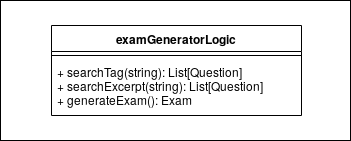
Earlier version of the draw.io export docs/diagrams/exam_generator_logic_diagram.png (utec-cs2901-2019-2/easy-exam-grupo-iii). Source tidied: cells renumbered, new cells last; positions are measured from the earlier drawing's top-left corner, leaving out a move shared by most shapes. Source of this version:
```xml
<mxGraphModel>
  <root>
    <mxCell id="0" />
    <mxCell id="1" parent="0" />
    <mxCell id="2" style="rounded=0;whiteSpace=wrap;html=1;" parent="1" vertex="1">
      <mxGeometry width="350" height="140" as="geometry" />
    </mxCell>
    <mxCell id="3" value="examGeneratorLogic" style="swimlane;fontStyle=1;align=center;verticalAlign=top;horizontal=1;startSize=26;" parent="1" vertex="1">
      <mxGeometry x="51" y="25" width="250" height="90" as="geometry" />
    </mxCell>
    <mxCell id="4" style="line;strokeWidth=1;fillColor=none;align=left;verticalAlign=middle;spacingTop=-1;spacingLeft=3;spacingRight=3;labelPosition=right;" parent="3" vertex="1">
      <mxGeometry y="26" width="250" height="8" as="geometry" />
    </mxCell>
    <mxCell id="5" value="+ searchTag(string): List[Question]&#10;+ searchExcerpt(string): List[Question]&#10;+ generateExam(): Exam" style="text;strokeColor=none;fillColor=none;align=left;verticalAlign=top;spacingLeft=4;spacingRight=4;overflow=hidden;" parent="3" vertex="1">
      <mxGeometry y="34" width="250" height="56" as="geometry" />
    </mxCell>
  </root>
</mxGraphModel>
```
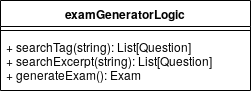
The same diagram one commit later.

Commit message:
Added exam generator logic diagram

Diff of the diagram source:
```diff
@@ -2,9 +2,6 @@
   <root>
     <mxCell id="0" />
     <mxCell id="1" parent="0" />
-    <mxCell id="2" style="rounded=0;whiteSpace=wrap;html=1;" parent="1" vertex="1">
-      <mxGeometry width="350" height="140" as="geometry" />
-    </mxCell>
     <mxCell id="3" value="examGeneratorLogic" style="swimlane;fontStyle=1;align=center;verticalAlign=top;horizontal=1;startSize=26;" parent="1" vertex="1">
       <mxGeometry x="51" y="25" width="250" height="90" as="geometry" />
     </mxCell>
```
